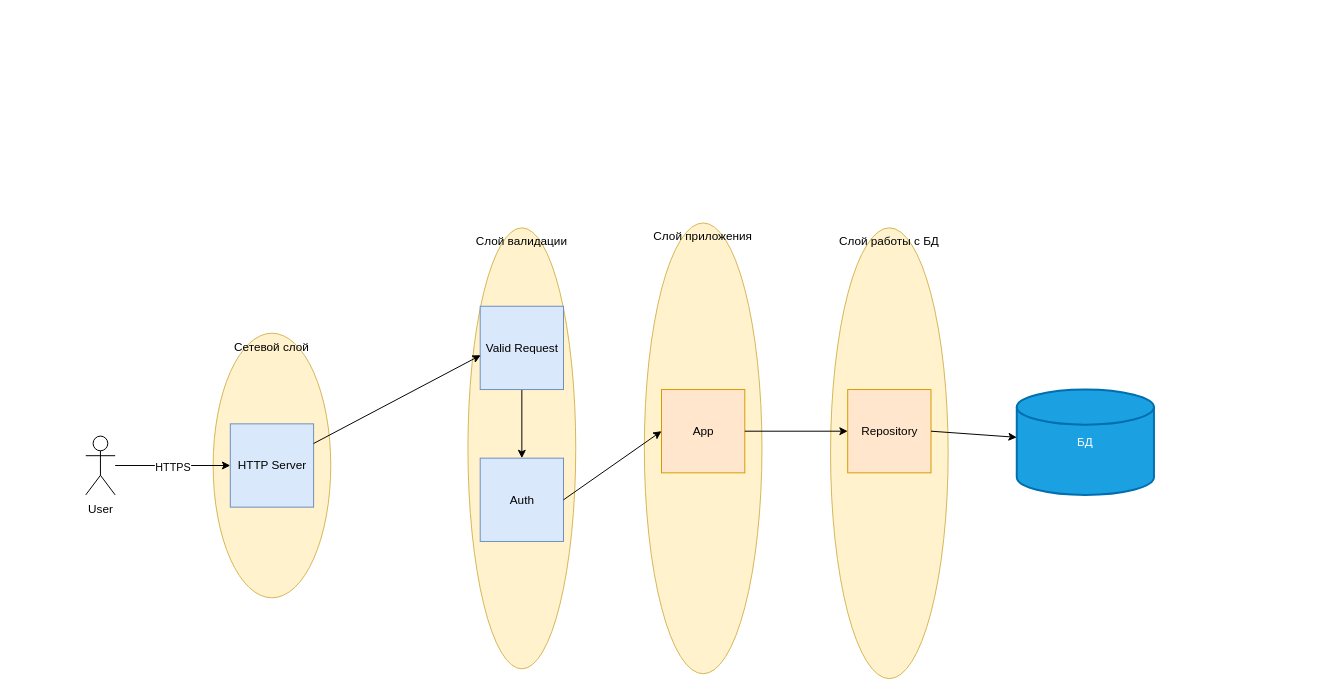
ajugalushkin/gofer-mart keeps this draw.io diagram as Архитектура Гофермарт.drawio. Above is the earlier version. Source tidied: cells renumbered, new cells numbered last; positions are measured from the earlier drawing's top-left corner, leaving out a move shared by most shapes. Both pictures are drawn from the tidied source at 98%, with x=0, y=0 at pixel (85, 222).
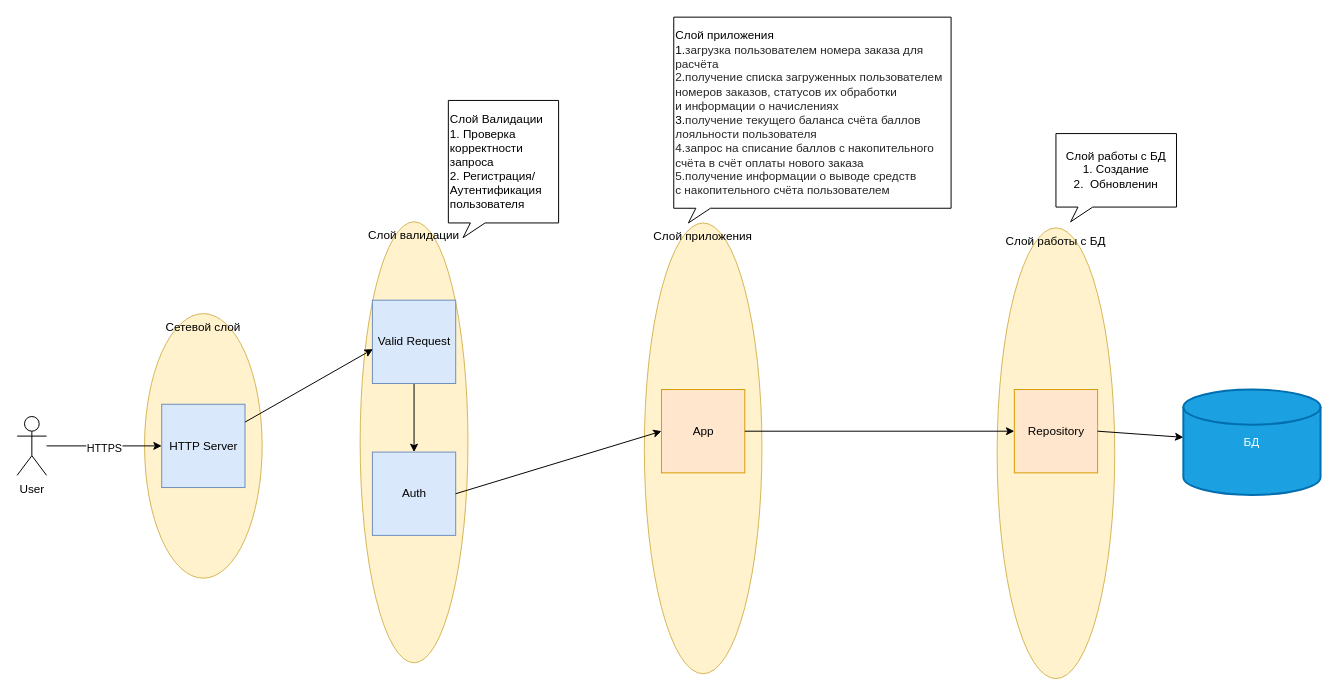
The same diagram, later.

What changed in the source:
```diff
@@
     <mxCell id="2" value="Сетевой слой" style="ellipse;whiteSpace=wrap;html=1;fillColor=#fff2cc;strokeColor=#d6b656;verticalAlign=top;" parent="1" vertex="1">
-      <mxGeometry x="130" y="112.5" width="120" height="270" as="geometry" />
+      <mxGeometry x="60" y="92.5" width="120" height="270" as="geometry" />
     </mxCell>
     <mxCell id="3" value="HTTP Server" style="whiteSpace=wrap;html=1;fillColor=#dae8fc;strokeColor=#6c8ebf;" parent="1" vertex="1">
-      <mxGeometry x="147.5" y="205" width="85" height="85" as="geometry" />
+      <mxGeometry x="77.5" y="185" width="85" height="85" as="geometry" />
     </mxCell>
     <mxCell id="4" value="User" style="shape=umlActor;verticalLabelPosition=bottom;verticalAlign=top;html=1;" parent="1" vertex="1">
-      <mxGeometry y="217.5" width="30" height="60" as="geometry" />
+      <mxGeometry x="-70" y="197.5" width="30" height="60" as="geometry" />
     </mxCell>
@@
     <mxCell id="7" value="Слой работы с БД" style="ellipse;whiteSpace=wrap;html=1;fillColor=#fff2cc;strokeColor=#d6b656;verticalAlign=top;" parent="1" vertex="1">
-      <mxGeometry x="760" y="5" width="120" height="460" as="geometry" />
+      <mxGeometry x="930" y="5" width="120" height="460" as="geometry" />
     </mxCell>
     <mxCell id="8" value="БД" style="strokeWidth=2;html=1;shape=mxgraph.flowchart.database;whiteSpace=wrap;fillColor=#1ba1e2;fontColor=#ffffff;strokeColor=#006EAF;" parent="1" vertex="1">
-      <mxGeometry x="950" y="170" width="140" height="107.5" as="geometry" />
+      <mxGeometry x="1120" y="170" width="140" height="107.5" as="geometry" />
     </mxCell>
     <mxCell id="9" value="Слой валидации" style="ellipse;whiteSpace=wrap;html=1;fillColor=#fff2cc;strokeColor=#d6b656;verticalAlign=top;" parent="1" vertex="1">
-      <mxGeometry x="390" y="5" width="110" height="450" as="geometry" />
+      <mxGeometry x="280" y="-1.2" width="110" height="450" as="geometry" />
     </mxCell>
@@
     <mxCell id="11" value="Valid Request" style="whiteSpace=wrap;html=1;fillColor=#dae8fc;strokeColor=#6c8ebf;" parent="1" vertex="1">
-      <mxGeometry x="402.5" y="85" width="85" height="85" as="geometry" />
+      <mxGeometry x="292.5" y="78.8" width="85" height="85" as="geometry" />
     </mxCell>
     <mxCell id="12" value="Auth" style="whiteSpace=wrap;html=1;fillColor=#dae8fc;strokeColor=#6c8ebf;" parent="1" vertex="1">
-      <mxGeometry x="402.5" y="240" width="85" height="85" as="geometry" />
+      <mxGeometry x="292.5" y="233.8" width="85" height="85" as="geometry" />
     </mxCell>
@@
     <mxCell id="17" value="Repository" style="whiteSpace=wrap;html=1;fillColor=#ffe6cc;strokeColor=#d79b00;" parent="1" vertex="1">
-      <mxGeometry x="777.5" y="170" width="85" height="85" as="geometry" />
+      <mxGeometry x="947.5" y="170" width="85" height="85" as="geometry" />
     </mxCell>
@@
+    <mxCell id="20" value="Слой Валидации&lt;div&gt;1. Проверка корректности запроса&lt;/div&gt;&lt;div style=&quot;&quot;&gt;2. Регистрация/Аутентификация пользователя&lt;/div&gt;" style="whiteSpace=wrap;html=1;shape=mxgraph.basic.rectCallout;dx=30;dy=15;boundedLbl=1;direction=east;align=left;" parent="1" vertex="1">
+      <mxGeometry x="370" y="-125" width="112.5" height="140" as="geometry" />
+    </mxCell>
+    <mxCell id="21" value="&lt;font style=&quot;font-size: 12px;&quot;&gt;Слой приложения&lt;/font&gt;&lt;div style=&quot;&quot;&gt;&lt;font style=&quot;font-size: 12px;&quot;&gt;1.&lt;span style=&quot;background-color: rgb(255, 255, 255); color: rgba(0, 0, 0, 0.85); font-family: &amp;quot;YS Text&amp;quot;, Arial, Helvetica, sans-serif; white-space-collapse: preserve-breaks;&quot;&gt;загрузка пользователем номера заказа для расчёта&lt;/span&gt;&lt;/font&gt;&lt;/div&gt;&lt;div style=&quot;&quot;&gt;&lt;font style=&quot;font-size: 12px;&quot;&gt;&lt;font style=&quot;font-size: 12px;&quot;&gt;&lt;span style=&quot;background-color: rgb(255, 255, 255); color: rgba(0, 0, 0, 0.85); font-family: &amp;quot;YS Text&amp;quot;, Arial, Helvetica, sans-serif; white-space-collapse: preserve-breaks;&quot;&gt;2.&lt;/span&gt;&lt;/font&gt;&lt;span style=&quot;background-color: rgb(255, 255, 255); color: rgba(0, 0, 0, 0.85); font-family: &amp;quot;YS Text&amp;quot;, Arial, Helvetica, sans-serif; white-space-collapse: preserve-breaks;&quot;&gt;получение списка загруженных пользователем номеров заказов, статусов их&amp;nbsp;обработки и&amp;nbsp;информации о&amp;nbsp;начислениях&lt;/span&gt;&lt;/font&gt;&lt;/div&gt;&lt;div style=&quot;&quot;&gt;&lt;font style=&quot;font-size: 12px;&quot;&gt;3.&lt;span style=&quot;background-color: rgb(255, 255, 255); color: rgba(0, 0, 0, 0.85); font-family: &amp;quot;YS Text&amp;quot;, Arial, Helvetica, sans-serif; white-space-collapse: preserve-breaks;&quot;&gt;получение текущего баланса счёта баллов лояльности пользователя&lt;/span&gt;&lt;/font&gt;&lt;/div&gt;&lt;div style=&quot;&quot;&gt;&lt;font style=&quot;font-size: 12px;&quot;&gt;&lt;font style=&quot;font-size: 12px;&quot;&gt;&lt;span style=&quot;background-color: rgb(255, 255, 255); color: rgba(0, 0, 0, 0.85); font-family: &amp;quot;YS Text&amp;quot;, Arial, Helvetica, sans-serif; white-space-collapse: preserve-breaks;&quot;&gt;4.&lt;/span&gt;&lt;/font&gt;&lt;span style=&quot;background-color: rgb(255, 255, 255); color: rgba(0, 0, 0, 0.85); font-family: &amp;quot;YS Text&amp;quot;, Arial, Helvetica, sans-serif; white-space-collapse: preserve-breaks;&quot;&gt;запрос на&amp;nbsp;списание баллов с&amp;nbsp;накопительного счёта в&amp;nbsp;счёт оплаты нового заказа&lt;/span&gt;&lt;/font&gt;&lt;/div&gt;&lt;div style=&quot;&quot;&gt;&lt;font style=&quot;font-size: 12px;&quot;&gt;&lt;font style=&quot;font-size: 12px;&quot;&gt;&lt;span style=&quot;background-color: rgb(255, 255, 255); color: rgba(0, 0, 0, 0.85); font-family: &amp;quot;YS Text&amp;quot;, Arial, Helvetica, sans-serif; white-space-collapse: preserve-breaks;&quot;&gt;5.&lt;/span&gt;&lt;/font&gt;&lt;span style=&quot;background-color: rgb(255, 255, 255); color: rgba(0, 0, 0, 0.85); font-family: &amp;quot;YS Text&amp;quot;, Arial, Helvetica, sans-serif; white-space-collapse: preserve-breaks;&quot;&gt;получение информации о&amp;nbsp;выводе средств с&amp;nbsp;накопительного счёта пользователем&lt;/span&gt;&lt;/font&gt;&lt;/div&gt;" style="whiteSpace=wrap;html=1;shape=mxgraph.basic.rectCallout;dx=30;dy=15;boundedLbl=1;align=left;direction=east;" parent="1" vertex="1">
+      <mxGeometry x="600" y="-210" width="283" height="210" as="geometry" />
+    </mxCell>
+    <mxCell id="22" value="Слой работы с БД&lt;div&gt;1. Создание&lt;/div&gt;&lt;div&gt;2.&amp;nbsp; Обновленин&lt;/div&gt;" style="whiteSpace=wrap;html=1;shape=mxgraph.basic.rectCallout;dx=30;dy=15;boundedLbl=1;" parent="1" vertex="1">
+      <mxGeometry x="990" y="-91.2" width="123" height="90" as="geometry" />
+    </mxCell>
```
